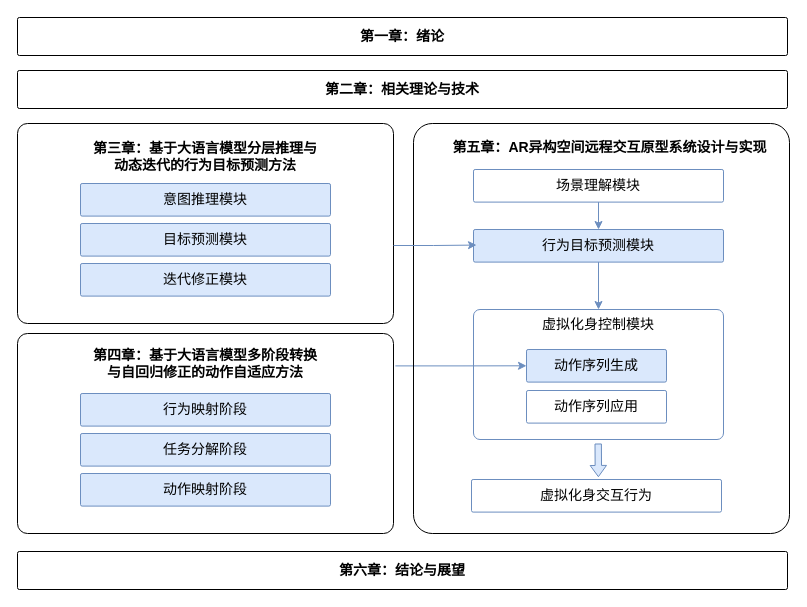
Before: 研究内容架构.drawio in Rinco1018/project_test, a draw.io diagram. Source tidied: cells renumbered, new cells numbered last; positions are measured from the earlier drawing's top-left corner, leaving out a move shared by most shapes. Both pictures are drawn from the tidied source at 100%, with x=0, y=0 at pixel (17, 17).
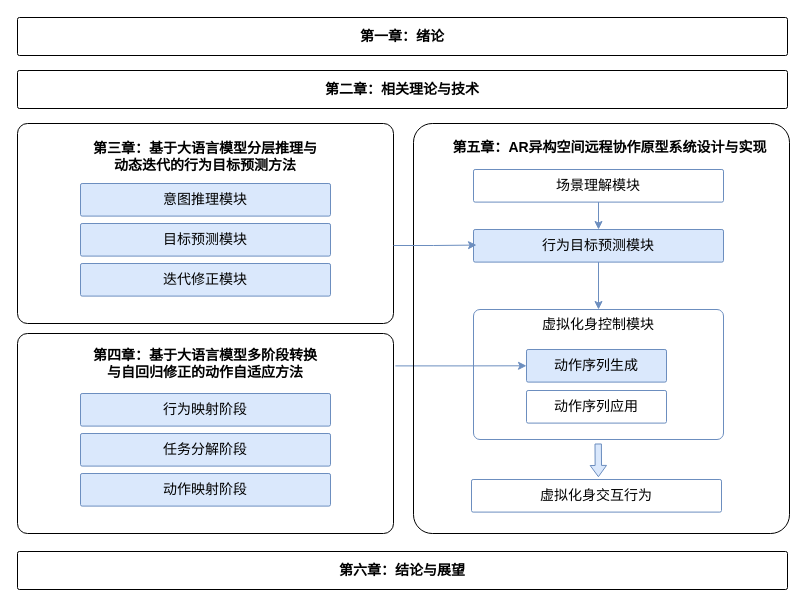
The same page after the edit.

Commit message:
更新研究内容架构.drawio

The edit, as a diff of the source:
```diff
@@
-    <mxCell id="14" value="&lt;font style=&quot;&quot;&gt;&lt;font style=&quot;font-size: 14px;&quot;&gt;&lt;b style=&quot;&quot;&gt;&lt;br&gt;&lt;span style=&quot;font-family: Helvetica; font-style: normal; font-variant-ligatures: normal; font-variant-caps: normal; letter-spacing: normal; orphans: 2; text-align: center; text-indent: 0px; text-transform: none; widows: 2; word-spacing: 0px; -webkit-text-stroke-width: 0px; white-space: normal; text-decoration-thickness: initial; text-decoration-style: initial; text-decoration-color: initial; float: none; display: inline !important;&quot;&gt;第五章：&lt;/span&gt;&lt;/b&gt;&lt;font style=&quot;&quot; face=&quot;Helvetica&quot;&gt;&lt;b style=&quot;&quot;&gt;&lt;span style=&quot;line-height: 120%;&quot; lang=&quot;EN-US&quot;&gt;AR异构空间&lt;/span&gt;&lt;span style=&quot;line-height: 120%;&quot;&gt;远程交互原型系统设计与实现&lt;/span&gt;&lt;/b&gt;&lt;/font&gt;&lt;/font&gt;&lt;b style=&quot;font-size: 14px;&quot;&gt;&lt;br&gt;&lt;/b&gt;&lt;/font&gt;" style="text;html=1;align=center;verticalAlign=middle;whiteSpace=wrap;rounded=0;fontColor=default;" parent="1" vertex="1">
+    <mxCell id="14" value="&lt;font style=&quot;&quot;&gt;&lt;font style=&quot;font-size: 14px;&quot;&gt;&lt;b style=&quot;&quot;&gt;&lt;br&gt;&lt;span style=&quot;font-family: Helvetica; font-style: normal; font-variant-ligatures: normal; font-variant-caps: normal; letter-spacing: normal; orphans: 2; text-align: center; text-indent: 0px; text-transform: none; widows: 2; word-spacing: 0px; -webkit-text-stroke-width: 0px; white-space: normal; text-decoration-thickness: initial; text-decoration-style: initial; text-decoration-color: initial; float: none; display: inline !important;&quot;&gt;第五章：&lt;/span&gt;&lt;/b&gt;&lt;font style=&quot;&quot; face=&quot;Helvetica&quot;&gt;&lt;b style=&quot;&quot;&gt;&lt;span style=&quot;line-height: 120%;&quot; lang=&quot;EN-US&quot;&gt;AR异构空间&lt;/span&gt;&lt;span style=&quot;line-height: 120%;&quot;&gt;远程协作原型系统设计与实现&lt;/span&gt;&lt;/b&gt;&lt;/font&gt;&lt;/font&gt;&lt;b style=&quot;font-size: 14px;&quot;&gt;&lt;br&gt;&lt;/b&gt;&lt;/font&gt;" style="text;html=1;align=center;verticalAlign=middle;whiteSpace=wrap;rounded=0;fontColor=default;" parent="1" vertex="1">
       <mxGeometry x="431" y="106" width="323" height="30" as="geometry" />
     </mxCell>
```
